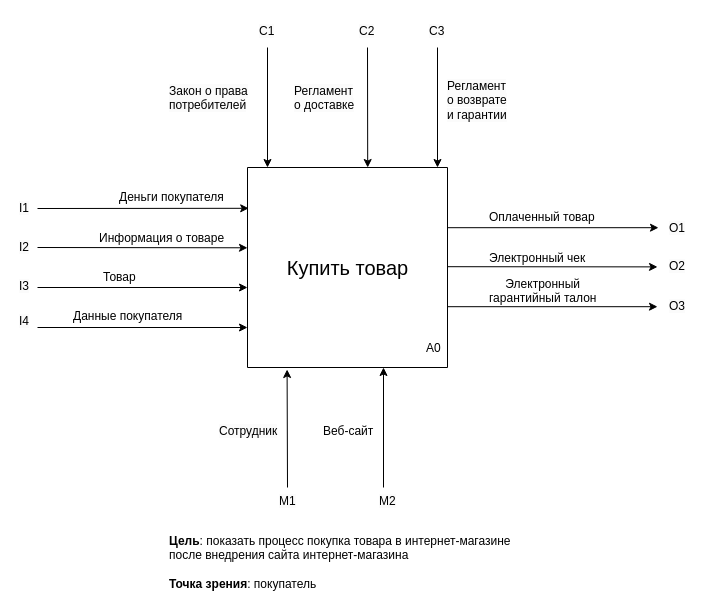
Earlier version of the draw.io diagram IDEF0(TO-BE).drawio (melikhovaeva/business-processes). Source tidied: cells renumbered, new cells numbered last; positions are measured from the earlier drawing's top-left corner, leaving out a move shared by most shapes. Both pictures are drawn from the tidied source at 100%, with x=0, y=0 at pixel (17, 17).
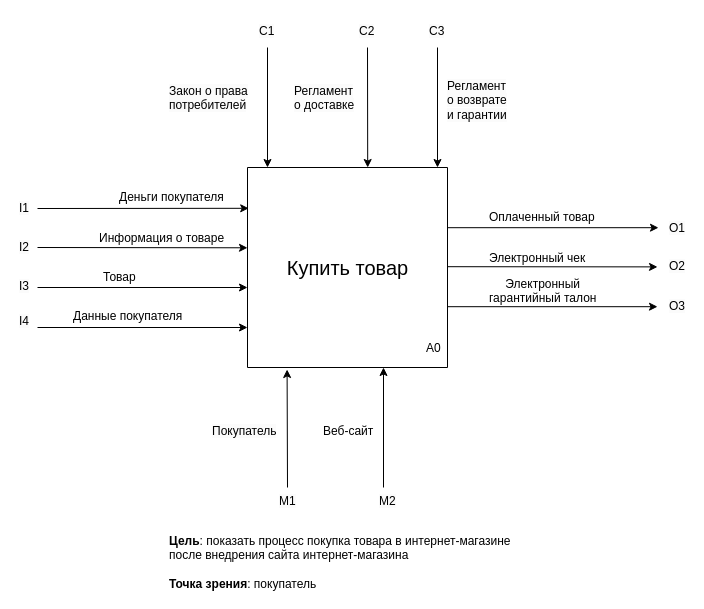
The same page after the edit.

What changed in the source:
```diff
@@
-    <mxCell id="37" value="&lt;span style=&quot;caret-color: rgb(0, 0, 0); color: rgb(0, 0, 0); font-family: Helvetica; font-style: normal; font-variant-caps: normal; font-weight: 400; letter-spacing: normal; text-align: center; text-indent: 0px; text-transform: none; word-spacing: 0px; -webkit-text-stroke-width: 0px; background-color: rgb(251, 251, 251); text-decoration: none; float: none; display: inline !important;&quot;&gt;&lt;font style=&quot;font-size: 12px;&quot;&gt;Сотрудник&lt;/font&gt;&lt;/span&gt;" style="text;whiteSpace=wrap;html=1;" parent="1" vertex="1">
-      <mxGeometry x="200" y="400" width="70" height="40" as="geometry" />
+    <mxCell id="37" value="&lt;span style=&quot;caret-color: rgb(0, 0, 0); color: rgb(0, 0, 0); font-family: Helvetica; font-style: normal; font-variant-caps: normal; font-weight: 400; letter-spacing: normal; text-align: center; text-indent: 0px; text-transform: none; word-spacing: 0px; -webkit-text-stroke-width: 0px; background-color: rgb(251, 251, 251); text-decoration: none; float: none; display: inline !important;&quot;&gt;&lt;font style=&quot;font-size: 12px;&quot;&gt;Покупатель&lt;/font&gt;&lt;/span&gt;" style="text;whiteSpace=wrap;html=1;" parent="1" vertex="1">
+      <mxGeometry x="193" y="400" width="70" height="40" as="geometry" />
     </mxCell>
```
